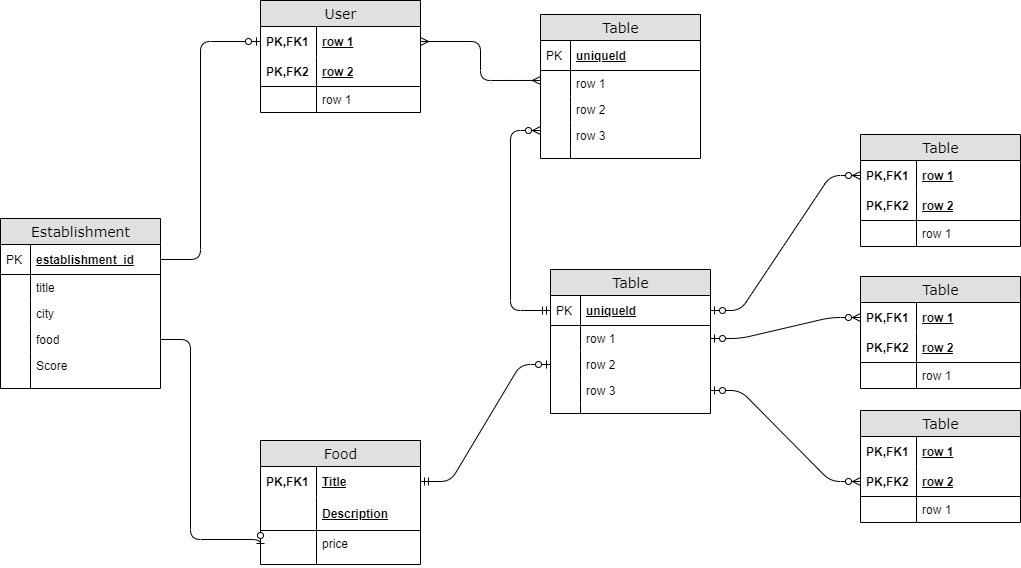
This is Untitled Diagram.png from ArystanIgen/DjangoProject, a draw.io export, as it was before one commit. Source tidied: cells renumbered, new cells last; positions are measured from the earlier drawing's top-left corner, leaving out a move shared by most shapes.
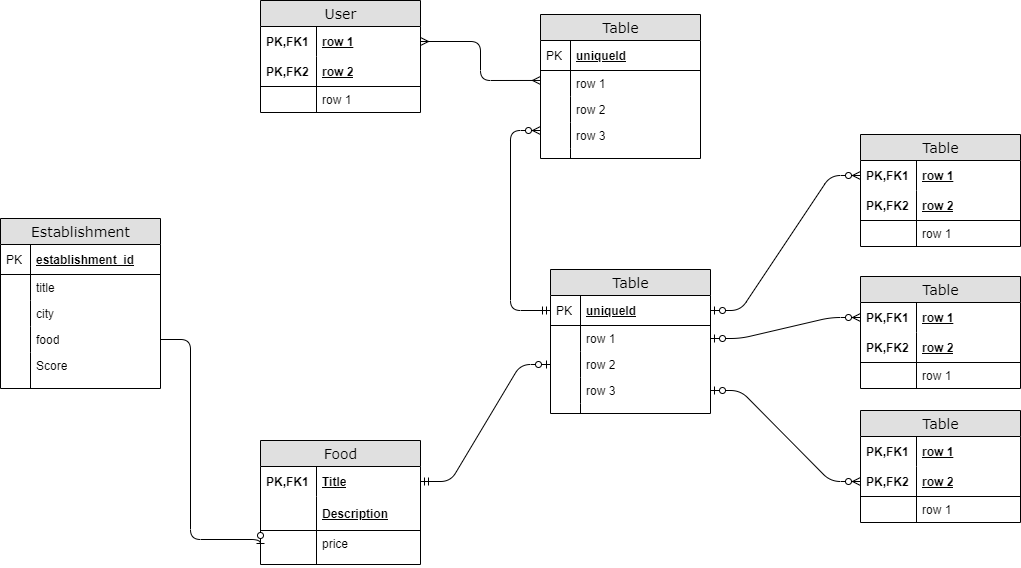
The same diagram one commit later.

The edit, as a diff of the source:
```diff
@@ -234,14 +234,6 @@
     <mxCell id="75" style="shape=partialRectangle;top=0;left=0;bottom=0;html=1;fillColor=none;align=left;verticalAlign=top;spacingLeft=4;spacingRight=4;whiteSpace=wrap;overflow=hidden;" parent="74" vertex="1">
       <mxGeometry width="30" height="36" as="geometry" />
     </mxCell>
-    <mxCell id="76" style="edgeStyle=orthogonalEdgeStyle;html=1;endArrow=ERzeroToOne;endFill=1;labelBackgroundColor=none;fontFamily=Verdana;fontSize=14;entryX=0;entryY=0.5;exitX=1;exitY=0.5;" parent="1" edge="1" source="66" target="3">
-      <mxGeometry relative="1" as="geometry">
-        <Array as="points">
-          <mxPoint x="200" y="259" />
-          <mxPoint x="200" y="41" />
-        </Array>
-      </mxGeometry>
-    </mxCell>
     <mxCell id="77" style="edgeStyle=orthogonalEdgeStyle;html=1;endArrow=ERzeroToOne;endFill=1;labelBackgroundColor=none;fontFamily=Verdana;fontSize=14;entryX=0;entryY=0.5;exitX=1;exitY=0.5;" parent="1" edge="1" source="72" target="43">
       <mxGeometry relative="1" as="geometry">
         <Array as="points">
```
